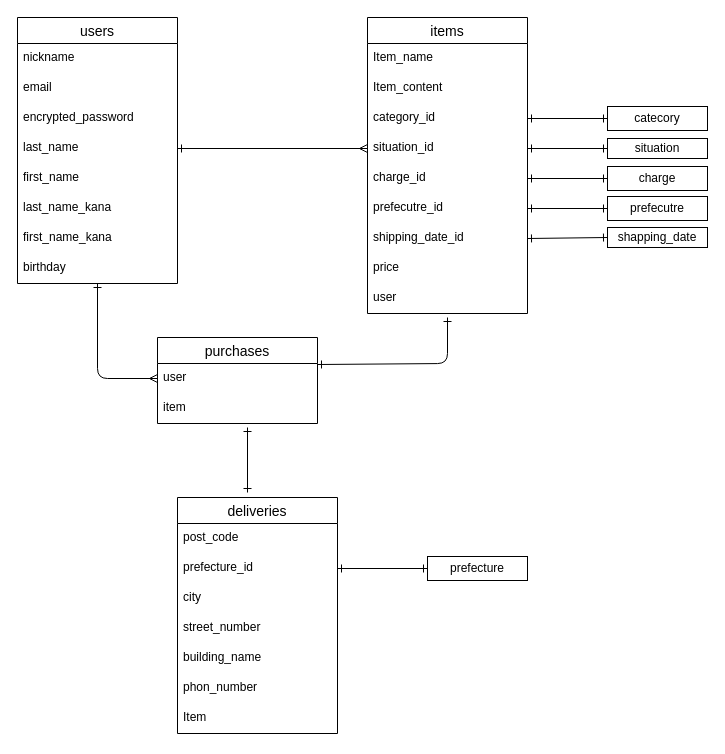
Earlier version of the draw.io diagram test.dio (yujimiya/furima-39790-). Source tidied: cells renumbered, new cells numbered last; positions are measured from the earlier drawing's top-left corner, leaving out a move shared by most shapes. Both pictures are drawn from the tidied source at 100%, with x=0, y=0 at pixel (17, 17).
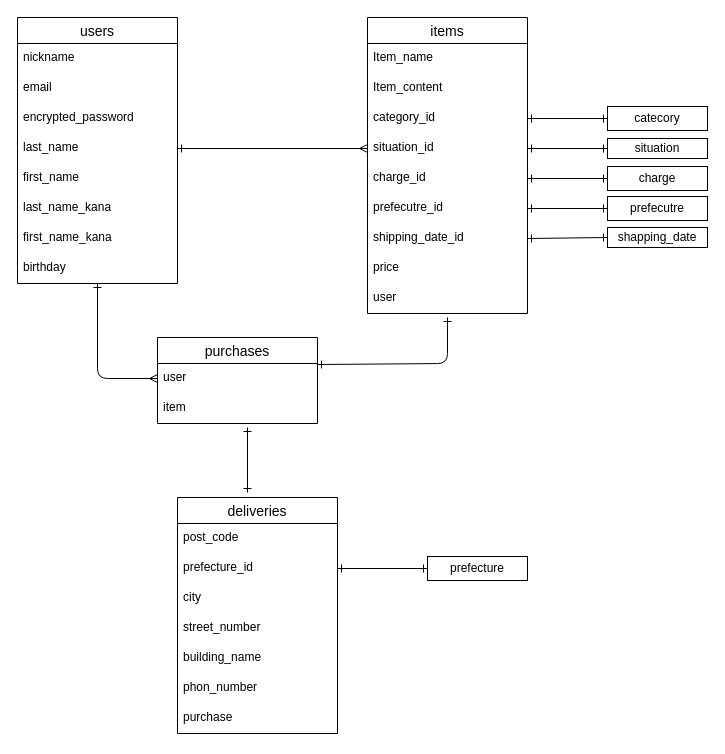
The same diagram, later.

Commit message (it also covers changes not shown here):
データベース設計３

The change refers to these unchanged cells:
```xml
<mxCell id="28" value="deliveries" style="swimlane;fontStyle=0;horizontal=1;startSize=26;align=center;fontSize=14;" parent="1" vertex="1">
  <mxGeometry x="160" y="480" width="160" height="236" as="geometry" />
</mxCell>
```

The edit, as a diff of the source:
```diff
@@
-    <mxCell id="35" value="Item" style="text;strokeColor=none;fillColor=none;spacingLeft=4;spacingRight=4;overflow=hidden;fontSize=12;" parent="28" vertex="1">
+    <mxCell id="35" value="purchase" style="text;strokeColor=none;fillColor=none;spacingLeft=4;spacingRight=4;overflow=hidden;fontSize=12;" parent="28" vertex="1">
       <mxGeometry y="206" width="160" height="30" as="geometry" />
     </mxCell>
```
